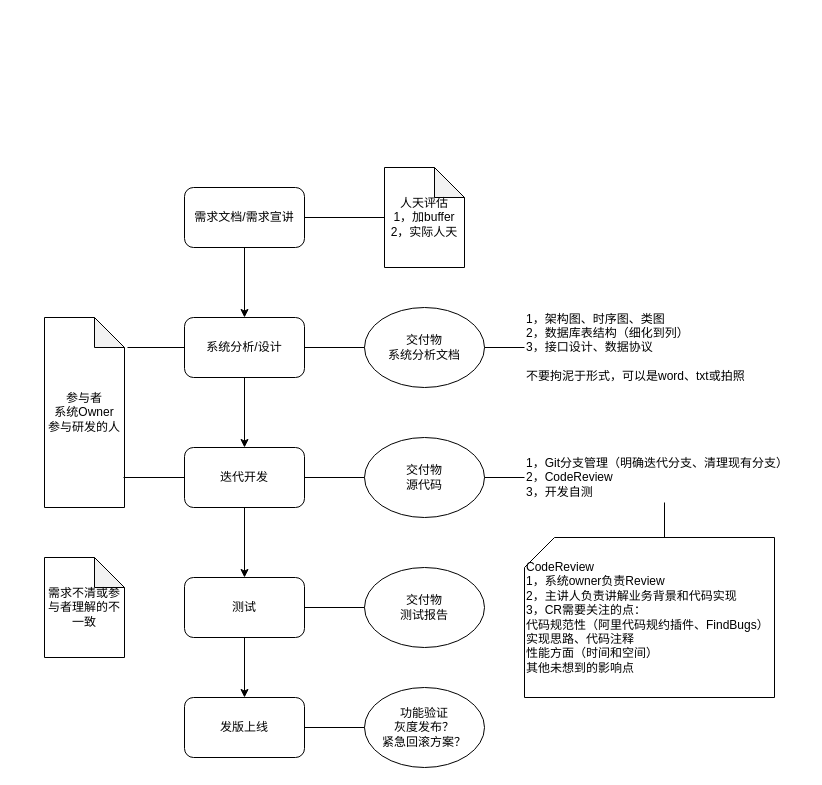
Earlier version of the draw.io diagram Dengta/研发流程.drawio (liuchenwei2000/diagram). Source tidied: cells renumbered, new cells numbered last; positions are measured from the earlier drawing's top-left corner, leaving out a move shared by most shapes. Both pictures are drawn from the tidied source at 100%, with x=0, y=0 at pixel (44, 167).
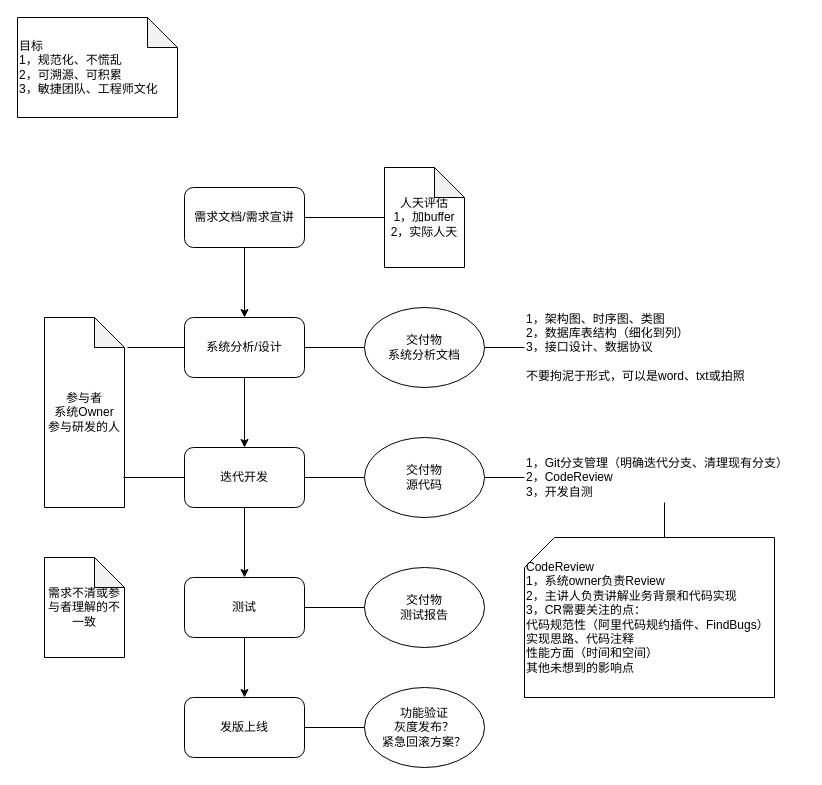
After the change.

The edit, as a diff of the source:
```diff
@@
+    <mxCell id="31" value="目标&lt;br&gt;1，规范化、不慌乱&lt;br&gt;2，可溯源、可积累&lt;br&gt;3，敏捷团队、工程师文化" style="shape=note;whiteSpace=wrap;html=1;backgroundOutline=1;darkOpacity=0.05;align=left;verticalAlign=middle;" parent="1" vertex="1">
+      <mxGeometry x="-27" y="-150" width="160" height="100" as="geometry" />
+    </mxCell>
```
